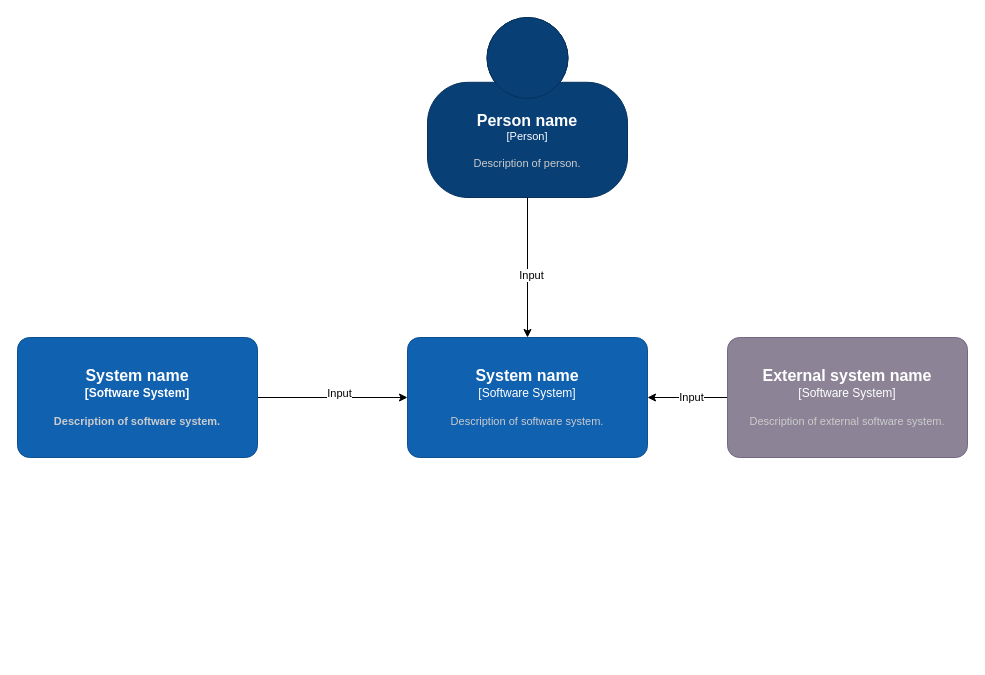
This is docs/c4-diagram/samplej-diagrm.drawio.xml from armyost/ts-front-sample, a draw.io file, before an edit. Source tidied: cells renumbered, new cells numbered last; positions are measured from the earlier drawing's top-left corner, leaving out a move shared by most shapes. Both pictures are drawn from the tidied source at 100%, with x=0, y=0 at pixel (17, 17).
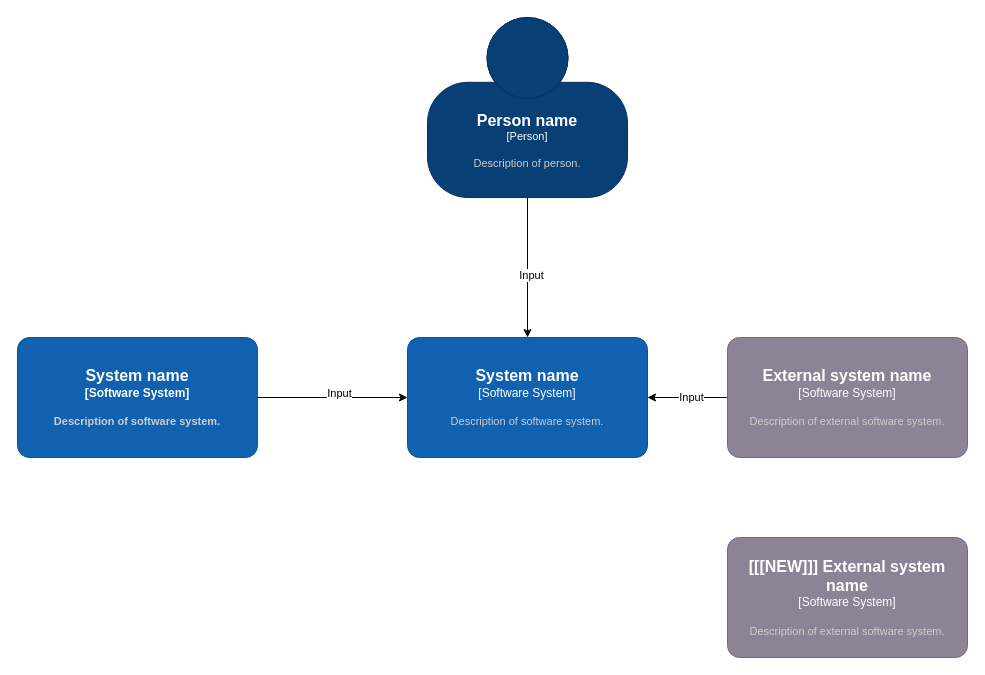
Above is the later version.

Commit message:
apply new external system

Change to the diagram source:
```diff
@@
 <mxGraphModel>
   <root>
     <mxCell id="0" />
     <mxCell id="1" parent="0" />
     <object id="2" label="&lt;font style=&quot;font-size: 16px&quot;&gt;&lt;b&gt;%c4Name%&lt;/b&gt;&lt;/font&gt;&lt;div&gt;[%c4Type%]&lt;/div&gt;&lt;br&gt;&lt;div&gt;&lt;font style=&quot;font-size: 11px&quot;&gt;&lt;font color=&quot;#cccccc&quot;&gt;%c4Description%&lt;/font&gt;&lt;/div&gt;" c4Description="Description of person." c4Name="Person name" c4Type="Person" placeholders="1">
       <mxCell style="html=1;fontSize=11;dashed=0;whiteSpace=wrap;fillColor=#083F75;strokeColor=#06315C;fontColor=#ffffff;shape=mxgraph.c4.person2;align=center;points=[[0.5,0,0],[1,0.5,0],[1,0.75,0],[0.75,1,0],[0.5,1,0],[0.25,1,0],[0,0.75,0],[0,0.5,0]];" parent="1" vertex="1">
         <mxGeometry x="410" width="200" height="180" as="geometry" />
       </mxCell>
     </object>
     <object id="3" label="&lt;font style=&quot;font-size: 16px&quot;&gt;&lt;b&gt;%c4Name%&lt;/b&gt;&lt;/font&gt;&lt;div&gt;[%c4Type%]&lt;/div&gt;&lt;br&gt;&lt;div&gt;&lt;font style=&quot;font-size: 11px&quot;&gt;&lt;font color=&quot;#cccccc&quot;&gt;%c4Description%&lt;/font&gt;&lt;/div&gt;" c4Description="Description of software system." c4Name="System name" c4Type="Software System" placeholders="1">
       <mxCell style="rounded=1;whiteSpace=wrap;html=1;labelBackgroundColor=none;fillColor=#1061B0;fontColor=#ffffff;align=center;arcSize=10;strokeColor=#0D5091;points=[[0.25,0,0],[0.5,0,0],[0.75,0,0],[1,0.25,0],[1,0.5,0],[1,0.75,0],[0.75,1,0],[0.5,1,0],[0.25,1,0],[0,0.75,0],[0,0.5,0],[0,0.25,0]];" parent="1" vertex="1">
         <mxGeometry x="390" y="320" width="240" height="120" as="geometry" />
       </mxCell>
     </object>
     <mxCell id="4" style="edgeStyle=orthogonalEdgeStyle;rounded=0;jettySize=auto;html=1;" parent="1" edge="1" source="6" target="3">
       <mxGeometry relative="1" as="geometry" />
     </mxCell>
     <mxCell id="5" value="Input" style="edgeLabel;html=1;align=center;verticalAlign=middle;" parent="4" vertex="1">
       <mxGeometry x="-0.07" y="-1" relative="1" as="geometry" />
     </mxCell>
     <object id="6" label="&lt;font style=&quot;font-size: 16px&quot;&gt;&lt;b&gt;%c4Name%&lt;/b&gt;&lt;/font&gt;&lt;div&gt;[%c4Type%]&lt;/div&gt;&lt;br&gt;&lt;div&gt;&lt;font style=&quot;font-size: 11px&quot;&gt;&lt;font color=&quot;#cccccc&quot;&gt;%c4Description%&lt;/font&gt;&lt;/div&gt;" c4Description="Description of external software system." c4Name="External system name" c4Type="Software System" placeholders="1">
       <mxCell style="rounded=1;whiteSpace=wrap;html=1;labelBackgroundColor=none;fillColor=#8C8496;fontColor=#ffffff;align=center;arcSize=10;strokeColor=#736782;points=[[0.25,0,0],[0.5,0,0],[0.75,0,0],[1,0.25,0],[1,0.5,0],[1,0.75,0],[0.75,1,0],[0.5,1,0],[0.25,1,0],[0,0.75,0],[0,0.5,0],[0,0.25,0]];" parent="1" vertex="1">
         <mxGeometry x="710" y="320" width="240" height="120" as="geometry" />
       </mxCell>
     </object>
     <mxCell id="7" style="edgeStyle=orthogonalEdgeStyle;rounded=0;jettySize=auto;html=1;" parent="1" edge="1" source="9" target="3">
       <mxGeometry relative="1" as="geometry" />
     </mxCell>
     <mxCell id="8" value="Input" style="edgeLabel;html=1;align=center;verticalAlign=middle;" parent="7" vertex="1">
       <mxGeometry x="0.08" y="5" relative="1" as="geometry" />
     </mxCell>
     <object id="9" label="&lt;font style=&quot;font-size: 16px&quot;&gt;&lt;span&gt;%c4Name%&lt;/span&gt;&lt;/font&gt;&lt;div&gt;[%c4Type%]&lt;/div&gt;&lt;br&gt;&lt;div&gt;&lt;font style=&quot;font-size: 11px&quot;&gt;&lt;font color=&quot;#cccccc&quot;&gt;%c4Description%&lt;/font&gt;&lt;/font&gt;&lt;/div&gt;" c4Description="Description of software system." c4Name="System name" c4Type="Software System" placeholders="1">
       <mxCell style="rounded=1;whiteSpace=wrap;html=1;labelBackgroundColor=none;fillColor=#1061B0;fontColor=#ffffff;align=center;arcSize=10;strokeColor=#0D5091;points=[[0.25,0,0],[0.5,0,0],[0.75,0,0],[1,0.25,0],[1,0.5,0],[1,0.75,0],[0.75,1,0],[0.5,1,0],[0.25,1,0],[0,0.75,0],[0,0.5,0],[0,0.25,0]];fontStyle=1;" parent="1" vertex="1">
         <mxGeometry y="320" width="240" height="120" as="geometry" />
       </mxCell>
     </object>
     <mxCell id="10" style="edgeStyle=orthogonalEdgeStyle;rounded=0;jettySize=auto;html=1;entryX=0.5;entryY=0;entryDx=0;entryDy=0;entryPerimeter=0;" parent="1" edge="1" source="2" target="3">
       <mxGeometry relative="1" as="geometry" />
     </mxCell>
     <mxCell id="11" value="Input" style="edgeLabel;html=1;align=center;verticalAlign=middle;" parent="10" vertex="1">
       <mxGeometry x="0.1" y="3" relative="1" as="geometry" />
     </mxCell>
+    <object id="12" label="&lt;font style=&quot;font-size: 16px&quot;&gt;&lt;b&gt;%c4Name%&lt;/b&gt;&lt;/font&gt;&lt;div&gt;[%c4Type%]&lt;/div&gt;&lt;br&gt;&lt;div&gt;&lt;font style=&quot;font-size: 11px&quot;&gt;&lt;font color=&quot;#cccccc&quot;&gt;%c4Description%&lt;/font&gt;&lt;/div&gt;" c4Description="Description of external software system." c4Name="[[[NEW]]] External system name " c4Type="Software System" placeholders="1">
+      <mxCell style="rounded=1;whiteSpace=wrap;html=1;labelBackgroundColor=none;fillColor=#8C8496;fontColor=#ffffff;align=center;arcSize=10;strokeColor=#736782;" parent="1" vertex="1">
+        <mxGeometry x="710" y="520" width="240" height="120" as="geometry" />
+      </mxCell>
+    </object>
   </root>
 </mxGraphModel>
```
